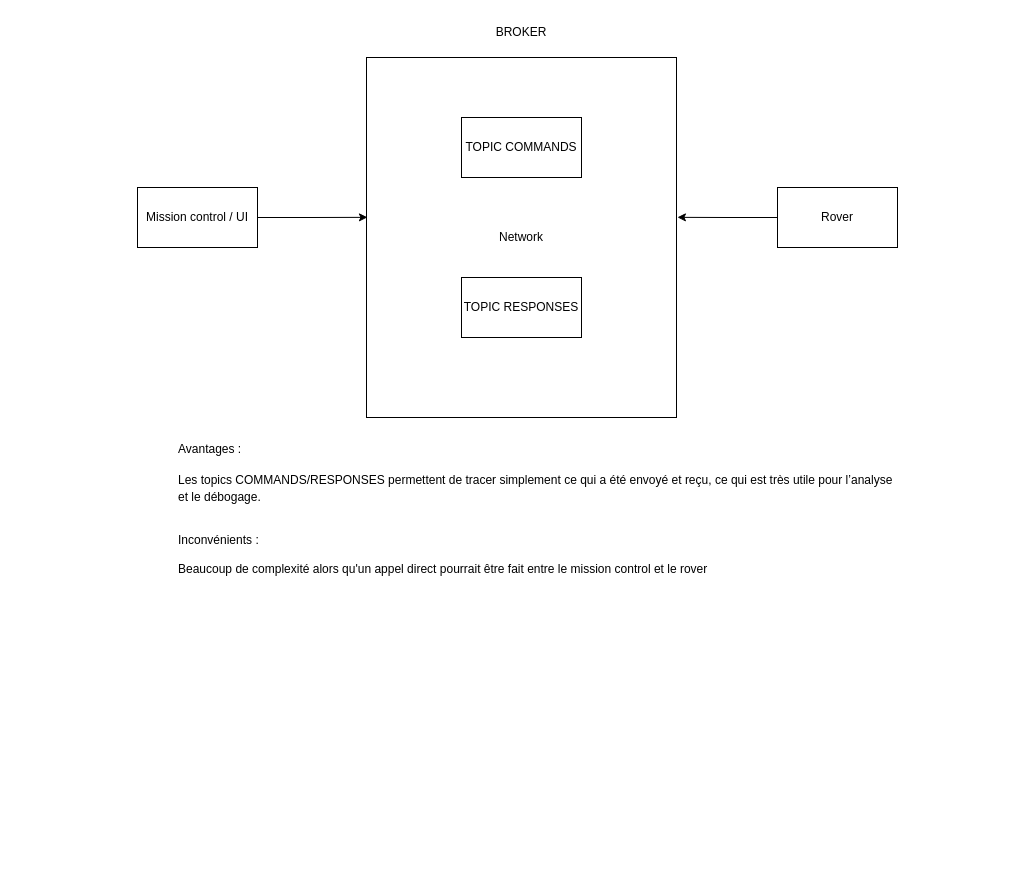
Before: page "Page-3" (3 of 3) of schema.drawio in pvayssier/archi_logiciel, a draw.io diagram. Source tidied: cells renumbered, new cells numbered last; positions are measured from the earlier drawing's top-left corner, leaving out a move shared by most shapes. Both pictures are drawn from the tidied source at 100%, with x=0, y=0 at pixel (137, 17).
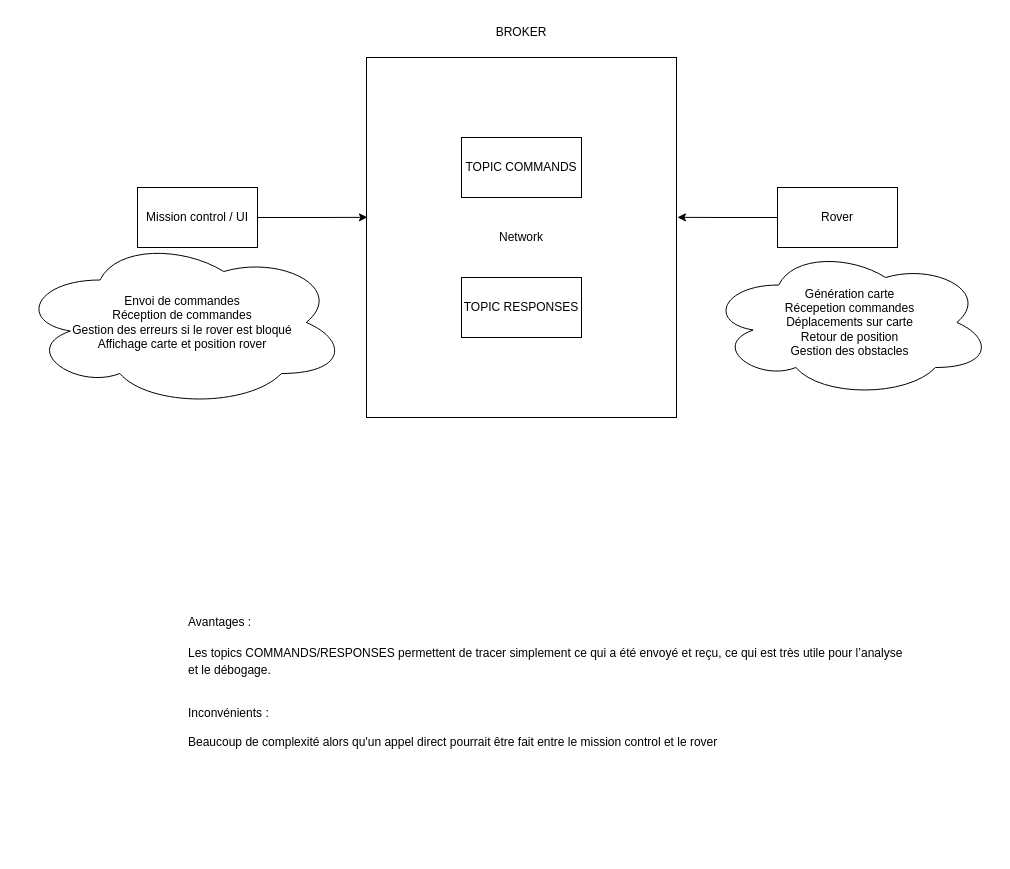
Above is the later version.

Commit message:
Mettre à jour schema.drawio

Diff of the diagram source:
```diff
@@
 <mxGraphModel>
   <root>
     <mxCell id="0" />
     <mxCell id="1" parent="0" />
     <mxCell id="2" value="Network" style="rounded=0;whiteSpace=wrap;html=1;" parent="1" vertex="1">
       <mxGeometry x="229" y="40" width="310" height="360" as="geometry" />
     </mxCell>
     <mxCell id="3" style="edgeStyle=orthogonalEdgeStyle;rounded=0;jettySize=auto;html=1;exitX=0;exitY=0.5;exitDx=0;exitDy=0;entryX=1.003;entryY=0.444;entryDx=0;entryDy=0;entryPerimeter=0;" parent="1" edge="1" source="4" target="2">
       <mxGeometry relative="1" as="geometry" />
     </mxCell>
     <mxCell id="4" value="Rover" style="rounded=0;whiteSpace=wrap;html=1;" parent="1" vertex="1">
       <mxGeometry x="640" y="170" width="120" height="60" as="geometry" />
     </mxCell>
     <mxCell id="5" value="Mission control / UI" style="rounded=0;whiteSpace=wrap;html=1;" parent="1" vertex="1">
       <mxGeometry y="170" width="120" height="60" as="geometry" />
     </mxCell>
     <mxCell id="6" value="TOPIC COMMANDS" style="rounded=0;whiteSpace=wrap;html=1;" parent="1" vertex="1">
-      <mxGeometry x="324" y="100" width="120" height="60" as="geometry" />
+      <mxGeometry x="324" y="120" width="120" height="60" as="geometry" />
     </mxCell>
     <mxCell id="7" value="TOPIC RESPONSES" style="rounded=0;whiteSpace=wrap;html=1;" parent="1" vertex="1">
       <mxGeometry x="324" y="260" width="120" height="60" as="geometry" />
     </mxCell>
     <mxCell id="8" value="BROKER" style="text;html=1;align=center;verticalAlign=middle;whiteSpace=wrap;rounded=0;" parent="1" vertex="1">
       <mxGeometry x="354" width="60" height="30" as="geometry" />
     </mxCell>
     <mxCell id="9" value="&lt;h3 style=&quot;text-align: left;&quot;&gt;&lt;span style=&quot;background-color: transparent; color: light-dark(rgb(0, 0, 0), rgb(255, 255, 255)); font-size: 12px; font-weight: normal;&quot;&gt;Avantages :&lt;/span&gt;&lt;/h3&gt;&lt;h3 style=&quot;text-align: left;&quot;&gt;&lt;span style=&quot;background-color: transparent; color: light-dark(rgb(0, 0, 0), rgb(255, 255, 255)); font-size: 12px; font-weight: normal;&quot;&gt;Les topics COMMANDS/RESPONSES permettent de tracer simplement ce qui a été envoyé et reçu, ce qui est très utile pour l’analyse et le débogage.&lt;/span&gt;&lt;/h3&gt;&lt;div style=&quot;text-align: left;&quot;&gt;&lt;span style=&quot;background-color: transparent; color: light-dark(rgb(0, 0, 0), rgb(255, 255, 255)); font-size: 12px; font-weight: normal;&quot;&gt;&lt;br&gt;&lt;/span&gt;&lt;/div&gt;&lt;div style=&quot;text-align: left;&quot;&gt;&lt;span style=&quot;background-color: transparent; color: light-dark(rgb(0, 0, 0), rgb(255, 255, 255)); font-size: 12px; font-weight: normal;&quot;&gt;Inconvénients :&lt;br&gt;&lt;br&gt;Beaucoup de complexité alors qu'un appel direct pourrait être fait entre le mission control et le rover&amp;nbsp;&lt;/span&gt;&lt;/div&gt;&lt;div style=&quot;text-align: left;&quot;&gt;&lt;span style=&quot;background-color: transparent; color: light-dark(rgb(0, 0, 0), rgb(255, 255, 255)); font-size: 12px; font-weight: normal;&quot;&gt;&lt;br&gt;&lt;/span&gt;&lt;/div&gt;&lt;div style=&quot;text-align: left;&quot;&gt;&lt;span style=&quot;background-color: transparent; color: light-dark(rgb(0, 0, 0), rgb(255, 255, 255)); font-size: 12px; font-weight: normal;&quot;&gt;&lt;br&gt;&lt;/span&gt;&lt;/div&gt;&lt;div&gt;&lt;br&gt;&lt;/div&gt;" style="text;strokeColor=none;align=center;fillColor=none;html=1;verticalAlign=middle;whiteSpace=wrap;rounded=0;" parent="1" vertex="1">
-      <mxGeometry x="40" y="347" width="720" height="315" as="geometry" />
+      <mxGeometry x="50" y="520" width="720" height="315" as="geometry" />
     </mxCell>
     <mxCell id="10" style="edgeStyle=orthogonalEdgeStyle;rounded=0;jettySize=auto;html=1;entryX=0.003;entryY=0.444;entryDx=0;entryDy=0;entryPerimeter=0;" parent="1" edge="1" source="5" target="2">
       <mxGeometry relative="1" as="geometry" />
     </mxCell>
+    <mxCell id="11" value="Envoi de commandes&lt;div&gt;Réception de commandes&lt;/div&gt;&lt;div&gt;Gestion des erreurs si le rover est bloqué&lt;/div&gt;&lt;div&gt;Affichage carte et position rover&lt;/div&gt;" style="ellipse;shape=cloud;whiteSpace=wrap;html=1;" parent="1" vertex="1">
+      <mxGeometry x="-120" y="220" width="330" height="170" as="geometry" />
+    </mxCell>
+    <mxCell id="12" value="Génération carte&lt;div&gt;Récepetion commandes&lt;/div&gt;&lt;div&gt;Déplacements sur carte&lt;br&gt;Retour de position&lt;/div&gt;&lt;div&gt;Gestion des obstacles&lt;/div&gt;" style="ellipse;shape=cloud;whiteSpace=wrap;html=1;" parent="1" vertex="1">
+      <mxGeometry x="570" y="230" width="285" height="150" as="geometry" />
+    </mxCell>
   </root>
 </mxGraphModel>
```
